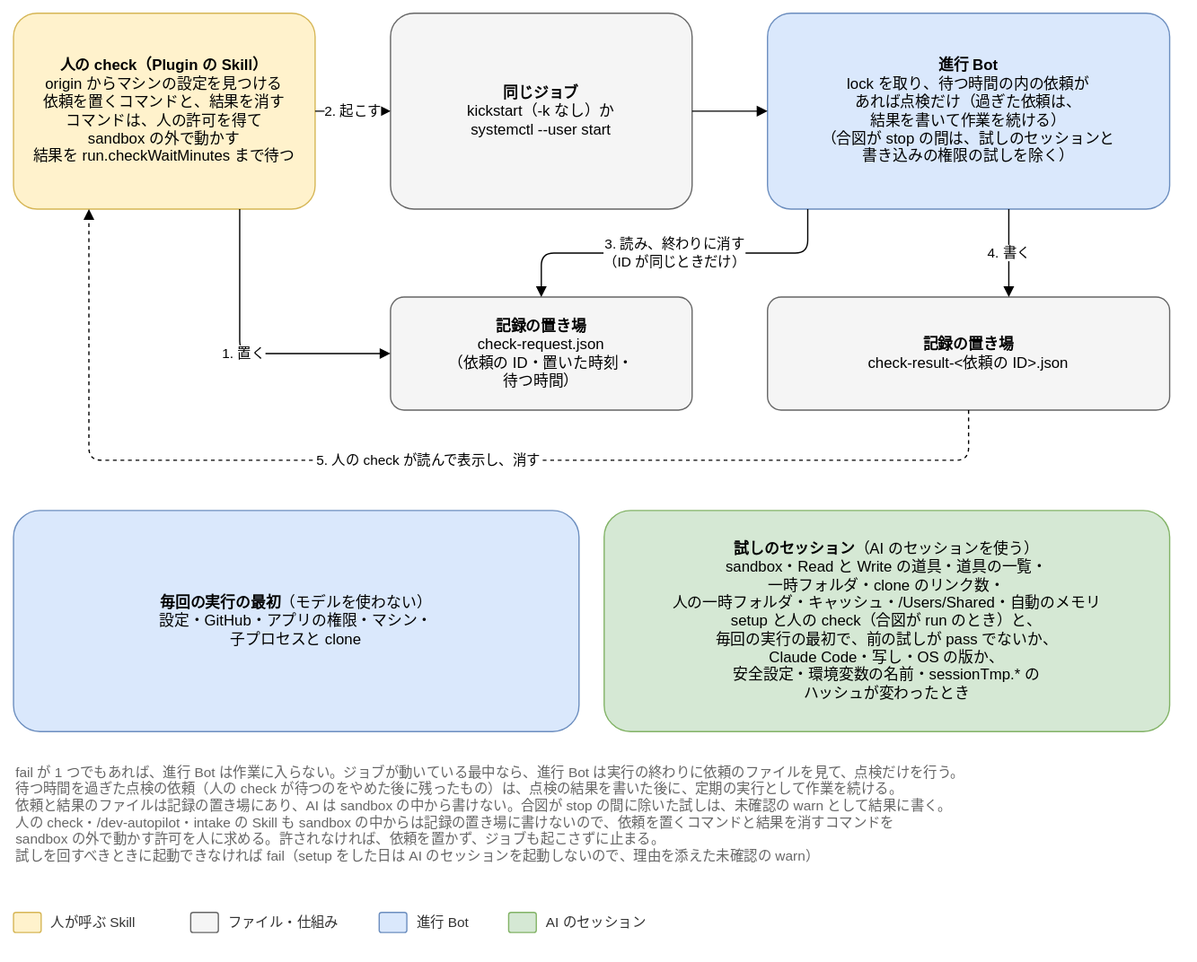
Earlier version of the draw.io export docs/design/basic/diagrams/04-check.drawio.svg (Joymerrevent/dev-autopilot). Source tidied: cells renumbered, new cells last; positions are measured from the earlier drawing's top-left corner, leaving out a move shared by most shapes.
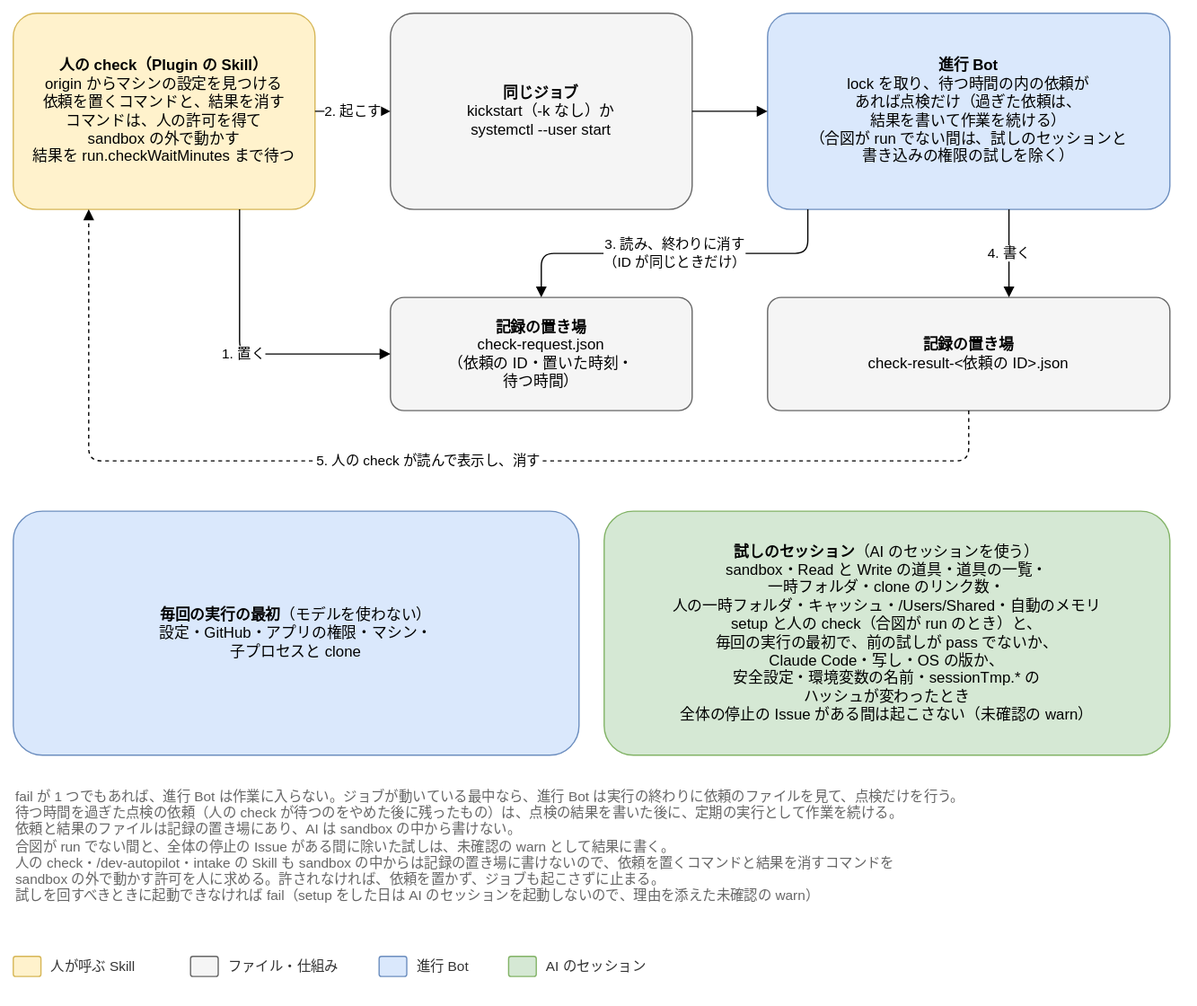
The same diagram one commit later.

Change to the diagram source:
```diff
@@ -8,7 +8,7 @@
     <mxCell id="3" value="&lt;b&gt;同じジョブ&lt;/b&gt;&lt;br&gt;kickstart（-k なし）か&lt;br&gt;systemctl --user start" style="rounded=1;whiteSpace=wrap;html=1;fontSize=12;arcSize=12;spacing=12;fillColor=#f5f5f5;strokeColor=#666666;" parent="1" vertex="1">
       <mxGeometry x="300" width="240" height="156" as="geometry" />
     </mxCell>
-    <mxCell id="4" value="&lt;b&gt;進行 Bot&lt;/b&gt;&lt;br&gt;lock を取り、待つ時間の内の依頼が&lt;br&gt;あれば点検だけ（過ぎた依頼は、&lt;br&gt;結果を書いて作業を続ける）&lt;br&gt;（合図が stop の間は、試しのセッションと&lt;br&gt;書き込みの権限の試しを除く）" style="rounded=1;whiteSpace=wrap;html=1;fontSize=12;arcSize=12;spacing=12;fillColor=#dae8fc;strokeColor=#6c8ebf;" parent="1" vertex="1">
+    <mxCell id="4" value="&lt;b&gt;進行 Bot&lt;/b&gt;&lt;br&gt;lock を取り、待つ時間の内の依頼が&lt;br&gt;あれば点検だけ（過ぎた依頼は、&lt;br&gt;結果を書いて作業を続ける）&lt;br&gt;（合図が run でない間は、試しのセッションと&lt;br&gt;書き込みの権限の試しを除く）" style="rounded=1;whiteSpace=wrap;html=1;fontSize=12;arcSize=12;spacing=12;fillColor=#dae8fc;strokeColor=#6c8ebf;" parent="1" vertex="1">
       <mxGeometry x="600" width="320" height="156" as="geometry" />
     </mxCell>
     <mxCell id="5" value="&lt;b&gt;記録の置き場&lt;/b&gt;&lt;br&gt;check-request.json&lt;br&gt;（依頼の ID・置いた時刻・&lt;br&gt;待つ時間）" style="rounded=1;whiteSpace=wrap;html=1;fontSize=12;arcSize=12;spacing=12;fillColor=#f5f5f5;strokeColor=#666666;" parent="1" vertex="1">
@@ -46,37 +46,37 @@
       </mxGeometry>
     </mxCell>
     <mxCell id="13" value="&lt;b&gt;毎回の実行の最初&lt;/b&gt;（モデルを使わない）&lt;br&gt;設定・GitHub・アプリの権限・マシン・&lt;br&gt;子プロセスと clone" style="rounded=1;whiteSpace=wrap;html=1;fontSize=12;arcSize=12;spacing=12;fillColor=#dae8fc;strokeColor=#6c8ebf;" parent="1" vertex="1">
-      <mxGeometry y="396" width="450" height="176" as="geometry" />
+      <mxGeometry y="396" width="450" height="194" as="geometry" />
     </mxCell>
-    <mxCell id="14" value="&lt;b&gt;試しのセッション&lt;/b&gt;（AI のセッションを使う）&lt;br&gt;sandbox・Read と Write の道具・道具の一覧・&lt;br&gt;一時フォルダ・clone のリンク数・&lt;br&gt;人の一時フォルダ・キャッシュ・/Users/Shared・自動のメモリ&lt;br&gt;setup と人の check（合図が run のとき）と、&lt;br&gt;毎回の実行の最初で、前の試しが pass でないか、&lt;br&gt;Claude Code・写し・OS の版か、&lt;br&gt;安全設定・環境変数の名前・sessionTmp.* の&lt;br&gt;ハッシュが変わったとき" style="rounded=1;whiteSpace=wrap;html=1;fontSize=12;arcSize=12;spacing=12;fillColor=#d5e8d4;strokeColor=#82b366;" parent="1" vertex="1">
-      <mxGeometry x="470" y="396" width="450" height="176" as="geometry" />
+    <mxCell id="14" value="&lt;b&gt;試しのセッション&lt;/b&gt;（AI のセッションを使う）&lt;br&gt;sandbox・Read と Write の道具・道具の一覧・&lt;br&gt;一時フォルダ・clone のリンク数・&lt;br&gt;人の一時フォルダ・キャッシュ・/Users/Shared・自動のメモリ&lt;br&gt;setup と人の check（合図が run のとき）と、&lt;br&gt;毎回の実行の最初で、前の試しが pass でないか、&lt;br&gt;Claude Code・写し・OS の版か、&lt;br&gt;安全設定・環境変数の名前・sessionTmp.* の&lt;br&gt;ハッシュが変わったとき&lt;br&gt;全体の停止の Issue がある間は起こさない（未確認の warn）" style="rounded=1;whiteSpace=wrap;html=1;fontSize=12;arcSize=12;spacing=12;fillColor=#d5e8d4;strokeColor=#82b366;" parent="1" vertex="1">
+      <mxGeometry x="470" y="396" width="450" height="194" as="geometry" />
     </mxCell>
-    <mxCell id="15" value="fail が 1 つでもあれば、進行 Bot は作業に入らない。ジョブが動いている最中なら、進行 Bot は実行の終わりに依頼のファイルを見て、点検だけを行う。&lt;br&gt;待つ時間を過ぎた点検の依頼（人の check が待つのをやめた後に残ったもの）は、点検の結果を書いた後に、定期の実行として作業を続ける。&lt;br&gt;依頼と結果のファイルは記録の置き場にあり、AI は sandbox の中から書けない。合図が stop の間に除いた試しは、未確認の warn として結果に書く。&lt;br&gt;人の check・/dev-autopilot・intake の Skill も sandbox の中からは記録の置き場に書けないので、依頼を置くコマンドと結果を消すコマンドを&lt;br&gt;sandbox の外で動かす許可を人に求める。許されなければ、依頼を置かず、ジョブも起こさずに止まる。&lt;br&gt;試しを回すべきときに起動できなければ fail（setup をした日は AI のセッションを起動しないので、理由を添えた未確認の warn）" style="text;html=1;whiteSpace=wrap;align=left;verticalAlign=top;fontSize=11;fontColor=#666666;" parent="1" vertex="1">
-      <mxGeometry y="592" width="920" height="106" as="geometry" />
+    <mxCell id="15" value="fail が 1 つでもあれば、進行 Bot は作業に入らない。ジョブが動いている最中なら、進行 Bot は実行の終わりに依頼のファイルを見て、点検だけを行う。&lt;br&gt;待つ時間を過ぎた点検の依頼（人の check が待つのをやめた後に残ったもの）は、点検の結果を書いた後に、定期の実行として作業を続ける。&lt;br&gt;依頼と結果のファイルは記録の置き場にあり、AI は sandbox の中から書けない。&lt;br&gt;合図が run でない間と、全体の停止の Issue がある間に除いた試しは、未確認の warn として結果に書く。&lt;br&gt;人の check・/dev-autopilot・intake の Skill も sandbox の中からは記録の置き場に書けないので、依頼を置くコマンドと結果を消すコマンドを&lt;br&gt;sandbox の外で動かす許可を人に求める。許されなければ、依頼を置かず、ジョブも起こさずに止まる。&lt;br&gt;試しを回すべきときに起動できなければ fail（setup をした日は AI のセッションを起動しないので、理由を添えた未確認の warn）" style="text;html=1;whiteSpace=wrap;align=left;verticalAlign=top;fontSize=11;fontColor=#666666;" parent="1" vertex="1">
+      <mxGeometry y="610" width="920" height="122" as="geometry" />
     </mxCell>
     <mxCell id="16" style="rounded=1;whiteSpace=wrap;html=1;fontSize=12;arcSize=12;spacing=12;fillColor=#fff2cc;strokeColor=#d6b656;" parent="1" vertex="1">
-      <mxGeometry y="716" width="22" height="16" as="geometry" />
+      <mxGeometry y="750" width="22" height="16" as="geometry" />
     </mxCell>
     <mxCell id="17" value="人が呼ぶ Skill" style="text;html=1;align=left;verticalAlign=middle;fontSize=11;fontColor=#333333;" parent="1" vertex="1">
-      <mxGeometry x="28" y="714" width="97" height="20" as="geometry" />
+      <mxGeometry x="28" y="748" width="97" height="20" as="geometry" />
     </mxCell>
     <mxCell id="18" style="rounded=1;whiteSpace=wrap;html=1;fontSize=12;arcSize=12;spacing=12;fillColor=#f5f5f5;strokeColor=#666666;" parent="1" vertex="1">
-      <mxGeometry x="141" y="716" width="22" height="16" as="geometry" />
+      <mxGeometry x="141" y="750" width="22" height="16" as="geometry" />
     </mxCell>
     <mxCell id="19" value="ファイル・仕組み" style="text;html=1;align=left;verticalAlign=middle;fontSize=11;fontColor=#333333;" parent="1" vertex="1">
-      <mxGeometry x="169" y="714" width="106" height="20" as="geometry" />
+      <mxGeometry x="169" y="748" width="106" height="20" as="geometry" />
     </mxCell>
     <mxCell id="20" style="rounded=1;whiteSpace=wrap;html=1;fontSize=12;arcSize=12;spacing=12;fillColor=#dae8fc;strokeColor=#6c8ebf;" parent="1" vertex="1">
-      <mxGeometry x="291" y="716" width="22" height="16" as="geometry" />
+      <mxGeometry x="291" y="750" width="22" height="16" as="geometry" />
     </mxCell>
     <mxCell id="21" value="進行 Bot" style="text;html=1;align=left;verticalAlign=middle;fontSize=11;fontColor=#333333;" parent="1" vertex="1">
-      <mxGeometry x="319" y="714" width="59" height="20" as="geometry" />
+      <mxGeometry x="319" y="748" width="59" height="20" as="geometry" />
     </mxCell>
     <mxCell id="22" style="rounded=1;whiteSpace=wrap;html=1;fontSize=12;arcSize=12;spacing=12;fillColor=#d5e8d4;strokeColor=#82b366;" parent="1" vertex="1">
-      <mxGeometry x="394" y="716" width="22" height="16" as="geometry" />
+      <mxGeometry x="394" y="750" width="22" height="16" as="geometry" />
     </mxCell>
     <mxCell id="23" value="AI のセッション" style="text;html=1;align=left;verticalAlign=middle;fontSize=11;fontColor=#333333;" parent="1" vertex="1">
-      <mxGeometry x="422" y="714" width="100" height="20" as="geometry" />
+      <mxGeometry x="422" y="748" width="100" height="20" as="geometry" />
     </mxCell>
   </root>
 </mxGraphModel>
```
